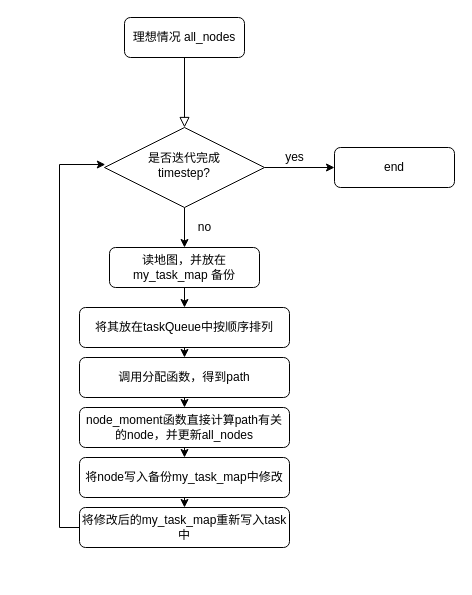
The draw.io diagram examples/code.drawio in liushuown/MCA-RMCA, before the edit. Source tidied: cells renumbered, new cells numbered last; positions are measured from the earlier drawing's top-left corner, leaving out a move shared by most shapes. Both pictures are drawn from the tidied source at 100%, with x=0, y=0 at pixel (59, 17).
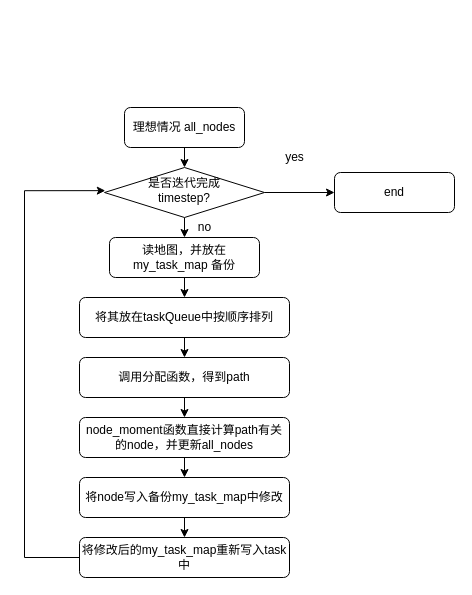
Above is the later version.

Diff of the diagram source:
```diff
@@
-    <mxCell id="2" style="rounded=0;html=1;jettySize=auto;fontSize=11;endArrow=block;endFill=0;endSize=8;strokeWidth=1;shadow=0;labelBackgroundColor=none;edgeStyle=orthogonalEdgeStyle;" parent="1" edge="1" source="3" target="6">
+    <mxCell id="2" style="edgeStyle=orthogonalEdgeStyle;rounded=0;jettySize=auto;html=1;exitX=0.5;exitY=1;exitDx=0;exitDy=0;entryX=0.5;entryY=0;entryDx=0;entryDy=0;" parent="1" edge="1" source="3" target="6">
       <mxGeometry relative="1" as="geometry" />
     </mxCell>
     <mxCell id="3" value="理想情况 all_nodes" style="rounded=1;whiteSpace=wrap;html=1;fontSize=12;glass=0;strokeWidth=1;shadow=0;" parent="1" vertex="1">
-      <mxGeometry x="65" width="120" height="40" as="geometry" />
+      <mxGeometry x="65" y="90" width="120" height="40" as="geometry" />
     </mxCell>
@@
     <mxCell id="6" value="&lt;div&gt;是否迭代完成&lt;/div&gt;&lt;div&gt;timestep?&lt;br&gt;&lt;/div&gt;" style="rhombus;whiteSpace=wrap;html=1;shadow=0;fontFamily=Helvetica;fontSize=12;align=center;strokeWidth=1;spacing=6;spacingTop=-4;" parent="1" vertex="1">
-      <mxGeometry x="45" y="110" width="160" height="80" as="geometry" />
+      <mxGeometry x="45" y="150" width="160" height="50" as="geometry" />
     </mxCell>
     <mxCell id="7" value="end" style="rounded=1;whiteSpace=wrap;html=1;fontSize=12;glass=0;strokeWidth=1;shadow=0;" parent="1" vertex="1">
-      <mxGeometry x="275" y="130" width="120" height="40" as="geometry" />
+      <mxGeometry x="275" y="155" width="120" height="40" as="geometry" />
     </mxCell>
@@
     <mxCell id="9" value="将其放在taskQueue中按顺序排列" style="rounded=1;whiteSpace=wrap;html=1;fontSize=12;glass=0;strokeWidth=1;shadow=0;" parent="1" vertex="1">
-      <mxGeometry x="20" y="290" width="210" height="40" as="geometry" />
+      <mxGeometry x="20" y="280" width="210" height="40" as="geometry" />
     </mxCell>
@@
     <mxCell id="11" value="读地图，并放在my_task_map 备份" style="rounded=1;whiteSpace=wrap;html=1;fontSize=12;glass=0;strokeWidth=1;shadow=0;" parent="1" vertex="1">
-      <mxGeometry x="50" y="230" width="150" height="40" as="geometry" />
+      <mxGeometry x="50" y="220" width="150" height="40" as="geometry" />
     </mxCell>
@@
     <mxCell id="17" value="node_moment函数直接计算path有关的node，并更新all_nodes" style="rounded=1;whiteSpace=wrap;html=1;fontSize=12;glass=0;strokeWidth=1;shadow=0;" parent="1" vertex="1">
-      <mxGeometry x="20" y="390" width="210" height="40" as="geometry" />
+      <mxGeometry x="20" y="400" width="210" height="40" as="geometry" />
     </mxCell>
@@
     <mxCell id="19" value="将node写入备份my_task_map中修改" style="rounded=1;whiteSpace=wrap;html=1;fontSize=12;glass=0;strokeWidth=1;shadow=0;" parent="1" vertex="1">
-      <mxGeometry x="20" y="440" width="210" height="40" as="geometry" />
+      <mxGeometry x="20" y="460" width="210" height="40" as="geometry" />
     </mxCell>
     <mxCell id="20" style="edgeStyle=orthogonalEdgeStyle;rounded=0;jettySize=auto;html=1;entryX=0.005;entryY=0.463;entryDx=0;entryDy=0;entryPerimeter=0;" parent="1" edge="1" source="21" target="6">
       <mxGeometry relative="1" as="geometry">
         <Array as="points">
-          <mxPoint y="510" />
-          <mxPoint y="147" />
+          <mxPoint x="-35" y="540" />
+          <mxPoint x="-35" y="173" />
         </Array>
       </mxGeometry>
     </mxCell>
     <mxCell id="21" value="将修改后的my_task_map重新写入task中" style="rounded=1;whiteSpace=wrap;html=1;fontSize=12;glass=0;strokeWidth=1;shadow=0;" parent="1" vertex="1">
-      <mxGeometry x="20" y="490" width="210" height="40" as="geometry" />
+      <mxGeometry x="20" y="520" width="210" height="40" as="geometry" />
     </mxCell>
```
